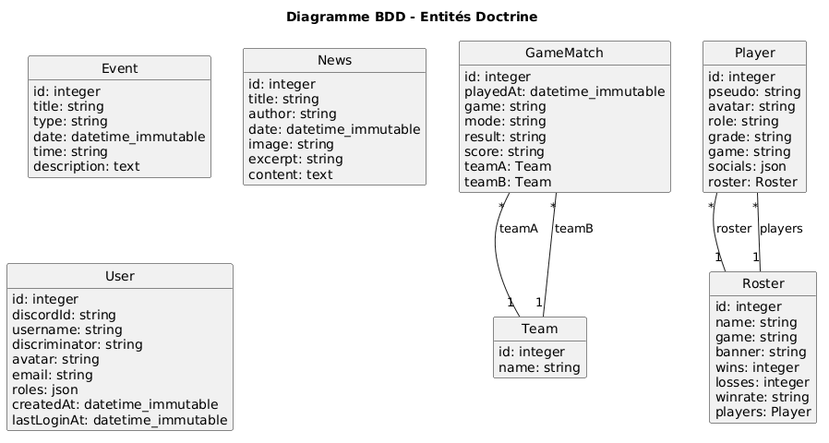
Above: app/puml/index.png in anoy-creator/AppWebNxr (PlantUML), before the change. Its diagram source:
```plantuml
@startuml
title Diagramme BDD - Entités Doctrine

skinparam classAttributeIconSize 0
hide methods
hide circle

class Event {
  id: integer
  title: string
  type: string
  date: datetime_immutable
  time: string
  description: text
}

class GameMatch {
  id: integer
  playedAt: datetime_immutable
  game: string
  mode: string
  result: string
  score: string
  teamA: Team
  teamB: Team
}

class News {
  id: integer
  title: string
  author: string
  date: datetime_immutable
  image: string
  excerpt: string
  content: text
}

class Player {
  id: integer
  pseudo: string
  avatar: string
  role: string
  grade: string
  game: string
  socials: json
  roster: Roster
}

class Roster {
  id: integer
  name: string
  game: string
  banner: string
  wins: integer
  losses: integer
  winrate: string
  players: Player
}

class Team {
  id: integer
  name: string
}

class User {
  id: integer
  discordId: string
  username: string
  discriminator: string
  avatar: string
  email: string
  roles: json
  createdAt: datetime_immutable
  lastLoginAt: datetime_immutable
}

GameMatch "*" -- "1" Team : teamA
GameMatch "*" -- "1" Team : teamB
Player "*" -- "1" Roster : roster
Roster "1" -- "*" Player : players
@enduml
```
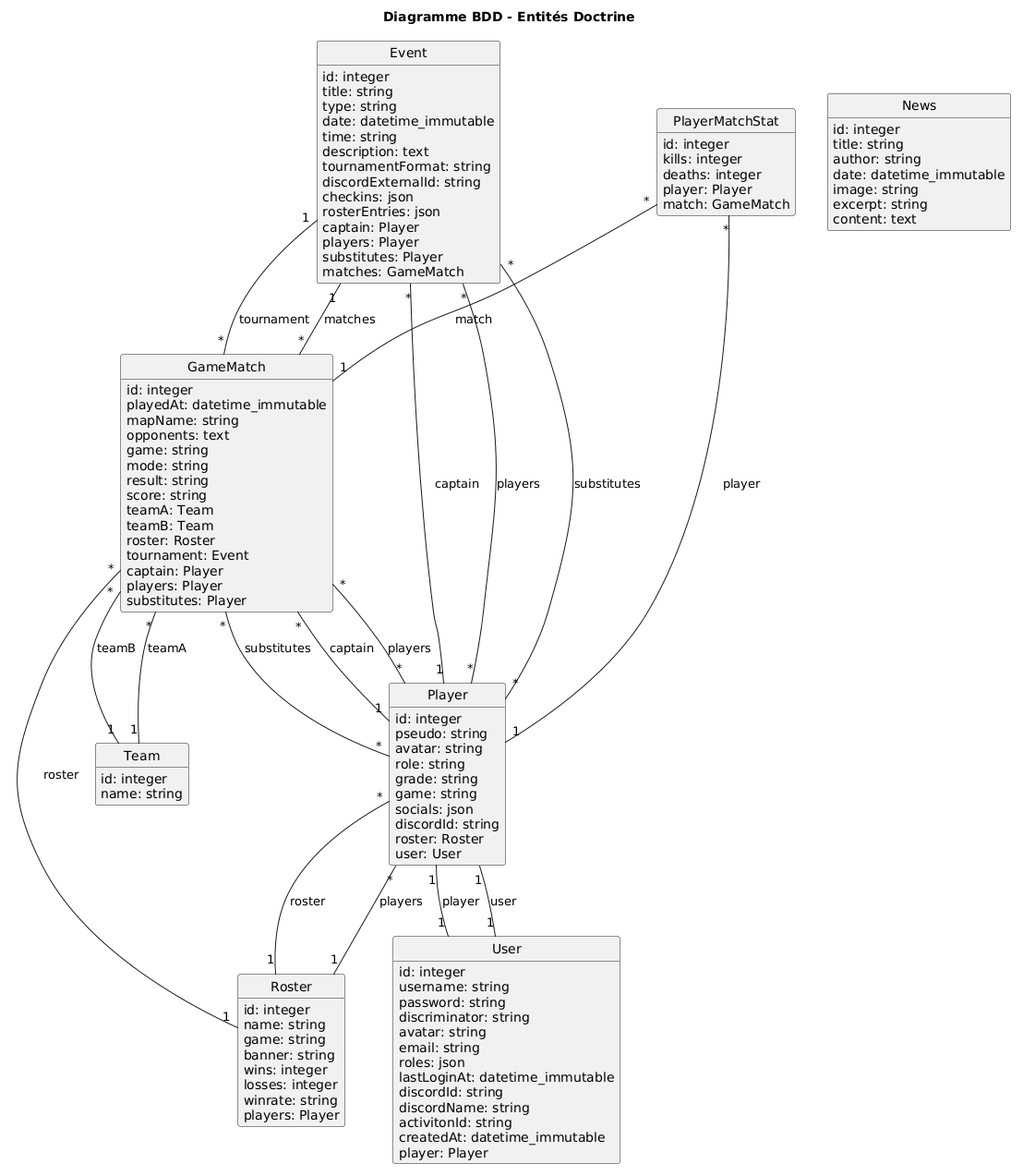
The same diagram one commit later.

Change to the diagram source:
```diff
@@ -12,17 +12,32 @@
   date: datetime_immutable
   time: string
   description: text
+  tournamentFormat: string
+  discordExternalId: string
+  checkins: json
+  rosterEntries: json
+  captain: Player
+  players: Player
+  substitutes: Player
+  matches: GameMatch
 }
 
 class GameMatch {
   id: integer
   playedAt: datetime_immutable
+  mapName: string
+  opponents: text
   game: string
   mode: string
   result: string
   score: string
   teamA: Team
   teamB: Team
+  roster: Roster
+  tournament: Event
+  captain: Player
+  players: Player
+  substitutes: Player
 }
 
 class News {
@@ -43,7 +58,17 @@
   grade: string
   game: string
   socials: json
+  discordId: string
   roster: Roster
+  user: User
+}
+
+class PlayerMatchStat {
+  id: integer
+  kills: integer
+  deaths: integer
+  player: Player
+  match: GameMatch
 }
 
 class Roster {
@@ -64,18 +89,35 @@
 
 class User {
   id: integer
-  discordId: string
   username: string
+  password: string
   discriminator: string
   avatar: string
   email: string
   roles: json
+  lastLoginAt: datetime_immutable
+  discordId: string
+  discordName: string
+  activitonId: string
   createdAt: datetime_immutable
-  lastLoginAt: datetime_immutable
+  player: Player
 }
 
+Event "*" -- "1" Player : captain
+Event "*" -- "*" Player : players
+Event "*" -- "*" Player : substitutes
+Event "1" -- "*" GameMatch : matches
 GameMatch "*" -- "1" Team : teamA
 GameMatch "*" -- "1" Team : teamB
+GameMatch "*" -- "1" Roster : roster
+GameMatch "*" -- "1" Event : tournament
+GameMatch "*" -- "1" Player : captain
+GameMatch "*" -- "*" Player : players
+GameMatch "*" -- "*" Player : substitutes
 Player "*" -- "1" Roster : roster
+Player "1" -- "1" User : user
+PlayerMatchStat "*" -- "1" Player : player
+PlayerMatchStat "*" -- "1" GameMatch : match
 Roster "1" -- "*" Player : players
+User "1" -- "1" Player : player
 @enduml
```
